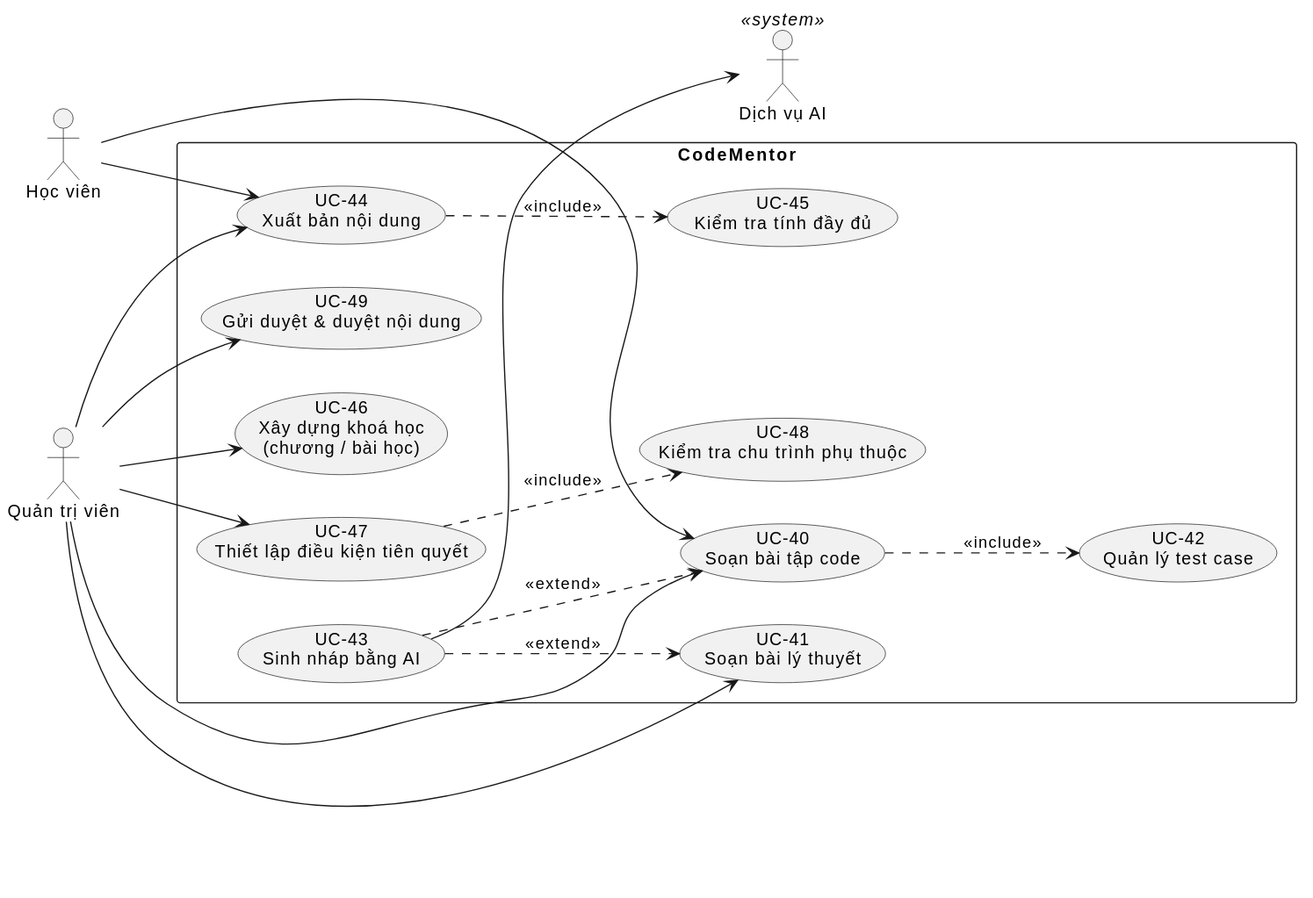
The PlantUML diagram docs/diagrams/p5-authoring.svg in codementor-official/codementor-infra, before a commit. Its diagram source:
```plantuml
@startuml
left to right direction
actor "Quản trị viên" as Admin
actor "Học viên" as Learner

rectangle "CodeMentor" {
  usecase "UC-40\nSoạn bài tập code" as UC40
  usecase "UC-41\nSoạn bài lý thuyết" as UC41
  usecase "UC-42\nQuản lý test case" as UC42
  usecase "UC-43\nSinh nháp bằng AI" as UC43
  usecase "UC-44\nXuất bản nội dung" as UC44
  usecase "UC-45\nKiểm tra tính đầy đủ" as UC45
  usecase "UC-46\nXây dựng khoá học\n(chương / bài học)" as UC46
  usecase "UC-47\nThiết lập điều kiện tiên quyết" as UC47
  usecase "UC-48\nKiểm tra chu trình phụ thuộc" as UC48
  usecase "UC-49\nGửi duyệt & duyệt nội dung" as UC49

  UC40 ..> UC42 : <<include>>
  UC44 ..> UC45 : <<include>>
  UC47 ..> UC48 : <<include>>
  UC43 ..> UC40 : <<extend>>
  UC43 ..> UC41 : <<extend>>
}

actor "Dịch vụ AI" as AI <<system>>

Admin --> UC40
Admin --> UC41
Admin --> UC44
Admin --> UC46
Admin --> UC47
Admin --> UC49
Learner --> UC40
Learner --> UC44
UC43 --> AI
@enduml
```
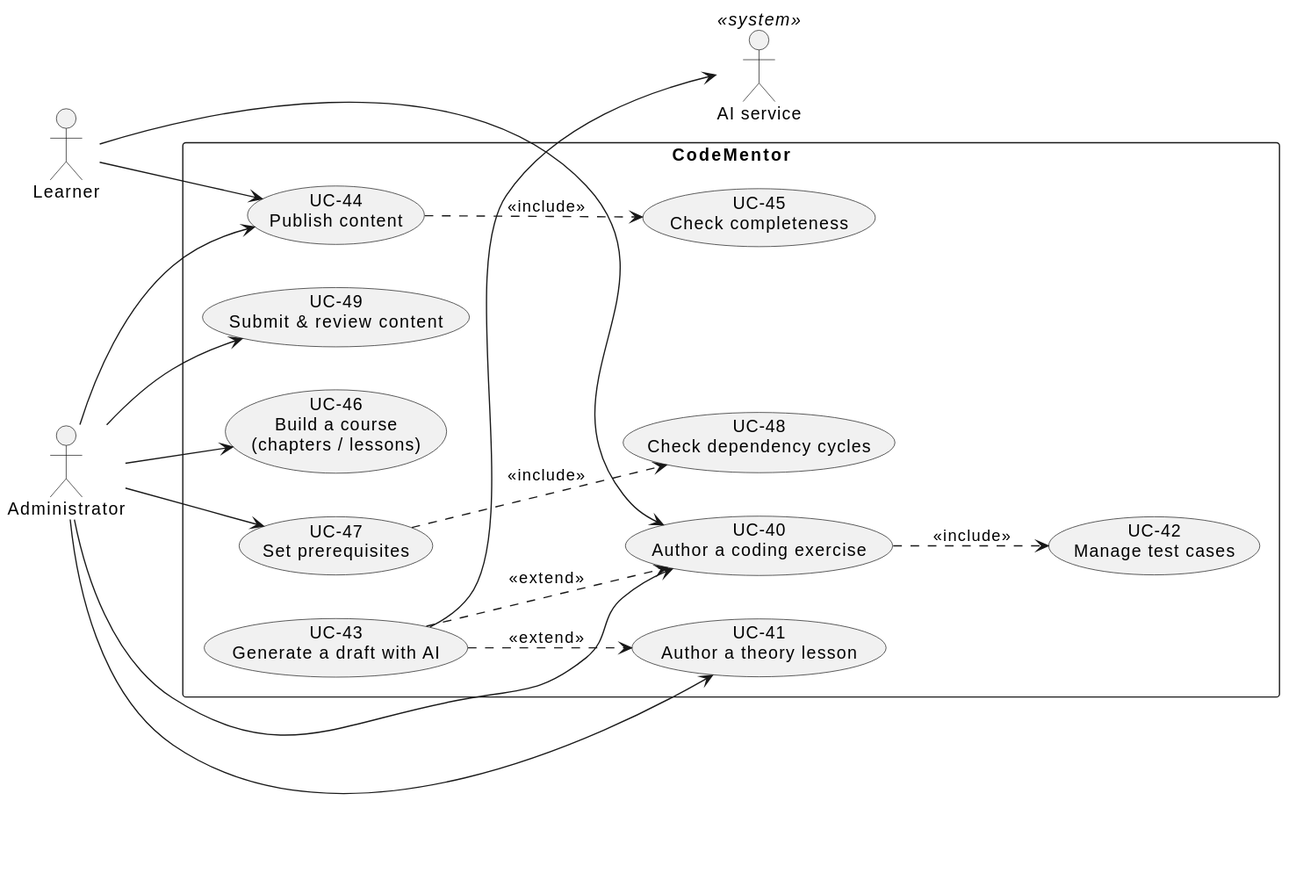
After the change.

Diff of the diagram source:
```diff
@@ -1,19 +1,19 @@
 @startuml
 left to right direction
-actor "Quản trị viên" as Admin
-actor "Học viên" as Learner
+actor "Administrator" as Admin
+actor "Learner" as Learner
 
 rectangle "CodeMentor" {
-  usecase "UC-40\nSoạn bài tập code" as UC40
-  usecase "UC-41\nSoạn bài lý thuyết" as UC41
-  usecase "UC-42\nQuản lý test case" as UC42
-  usecase "UC-43\nSinh nháp bằng AI" as UC43
-  usecase "UC-44\nXuất bản nội dung" as UC44
-  usecase "UC-45\nKiểm tra tính đầy đủ" as UC45
-  usecase "UC-46\nXây dựng khoá học\n(chương / bài học)" as UC46
-  usecase "UC-47\nThiết lập điều kiện tiên quyết" as UC47
-  usecase "UC-48\nKiểm tra chu trình phụ thuộc" as UC48
-  usecase "UC-49\nGửi duyệt & duyệt nội dung" as UC49
+  usecase "UC-40\nAuthor a coding exercise" as UC40
+  usecase "UC-41\nAuthor a theory lesson" as UC41
+  usecase "UC-42\nManage test cases" as UC42
+  usecase "UC-43\nGenerate a draft with AI" as UC43
+  usecase "UC-44\nPublish content" as UC44
+  usecase "UC-45\nCheck completeness" as UC45
+  usecase "UC-46\nBuild a course\n(chapters / lessons)" as UC46
+  usecase "UC-47\nSet prerequisites" as UC47
+  usecase "UC-48\nCheck dependency cycles" as UC48
+  usecase "UC-49\nSubmit & review content" as UC49
 
   UC40 ..> UC42 : <<include>>
   UC44 ..> UC45 : <<include>>
@@ -22,7 +22,7 @@
   UC43 ..> UC41 : <<extend>>
 }
 
-actor "Dịch vụ AI" as AI <<system>>
+actor "AI service" as AI <<system>>
 
 Admin --> UC40
 Admin --> UC41
```
